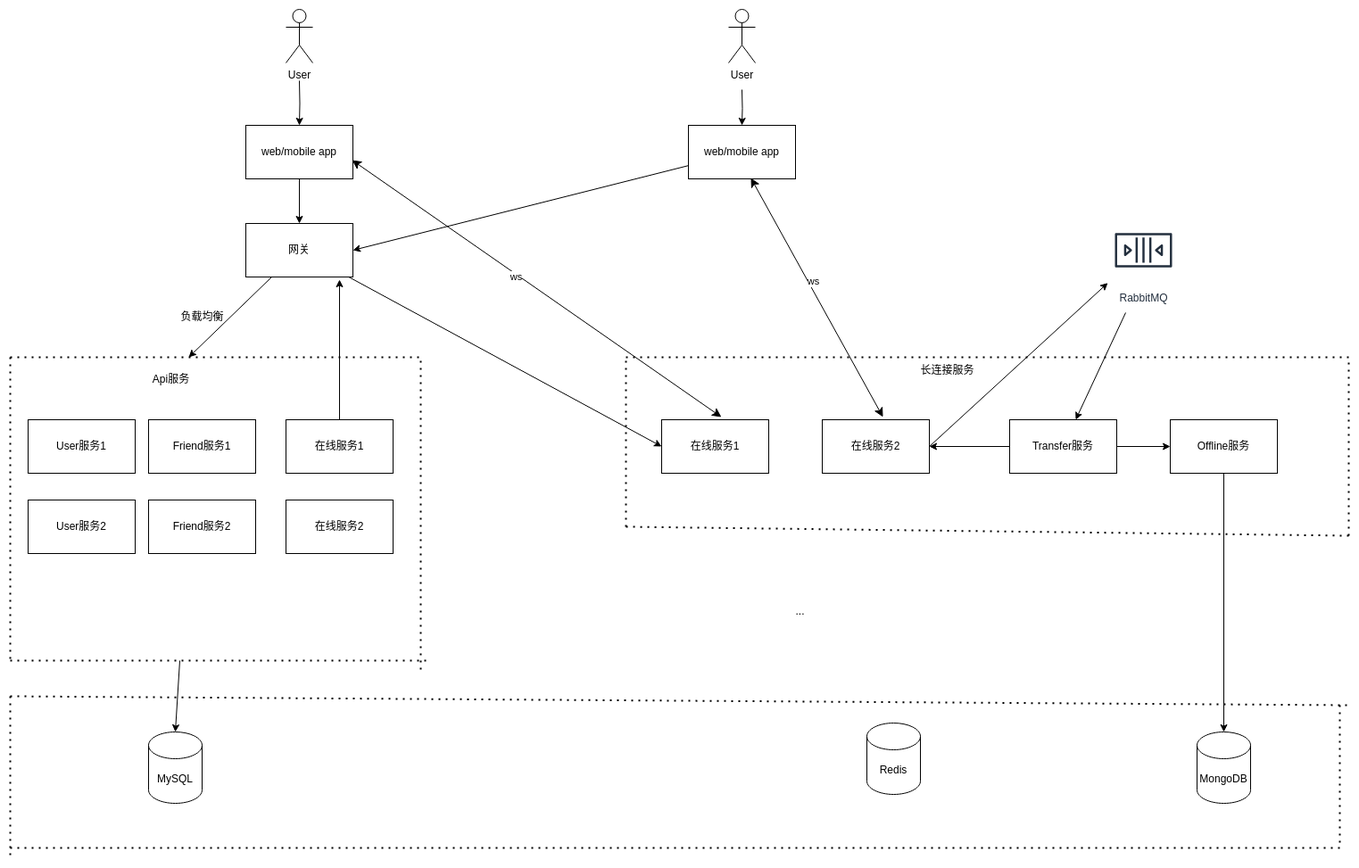
Earlier version of the draw.io export doc/image/架构图.png (adnpa/IM). Source tidied: cells renumbered, new cells last; positions are measured from the earlier drawing's top-left corner, leaving out a move shared by most shapes. Its diagram source:
```xml
<mxGraphModel>
  <root>
    <mxCell id="0" />
    <mxCell id="1" parent="0" />
    <mxCell id="2" style="edgeStyle=orthogonalEdgeStyle;rounded=0;jettySize=auto;html=1;" parent="1" edge="1" source="3" target="10">
      <mxGeometry relative="1" as="geometry" />
    </mxCell>
    <mxCell id="3" value="web/mobile app" style="whiteSpace=wrap;html=1;" parent="1" vertex="1">
      <mxGeometry x="264" y="130" width="120" height="60" as="geometry" />
    </mxCell>
    <mxCell id="4" value="MySQL" style="shape=cylinder3;whiteSpace=wrap;html=1;boundedLbl=1;backgroundOutline=1;size=15;" parent="1" vertex="1">
      <mxGeometry x="155" y="810" width="60" height="80" as="geometry" />
    </mxCell>
    <mxCell id="5" value="Redis" style="shape=cylinder3;whiteSpace=wrap;html=1;boundedLbl=1;backgroundOutline=1;size=15;" parent="1" vertex="1">
      <mxGeometry x="960" y="800" width="60" height="80" as="geometry" />
    </mxCell>
    <mxCell id="6" style="edgeStyle=orthogonalEdgeStyle;rounded=0;jettySize=auto;html=1;" parent="1" edge="1" target="3">
      <mxGeometry relative="1" as="geometry">
        <mxPoint x="324" y="80" as="sourcePoint" />
      </mxGeometry>
    </mxCell>
    <mxCell id="7" value="User" style="shape=umlActor;verticalLabelPosition=bottom;verticalAlign=top;html=1;" parent="1" vertex="1">
      <mxGeometry x="309" width="30" height="60" as="geometry" />
    </mxCell>
    <mxCell id="8" style="rounded=0;jettySize=auto;html=1;" parent="1" edge="1" source="10">
      <mxGeometry relative="1" as="geometry">
        <mxPoint x="200" y="390" as="targetPoint" />
      </mxGeometry>
    </mxCell>
    <mxCell id="9" style="rounded=0;jettySize=auto;html=1;entryX=0;entryY=0.5;entryDx=0;entryDy=0;" parent="1" edge="1" source="10" target="13">
      <mxGeometry relative="1" as="geometry" />
    </mxCell>
    <mxCell id="10" value="网关" style="whiteSpace=wrap;html=1;" parent="1" vertex="1">
      <mxGeometry x="264" y="240" width="120" height="60" as="geometry" />
    </mxCell>
    <mxCell id="11" value="User服务2" style="whiteSpace=wrap;html=1;" parent="1" vertex="1">
      <mxGeometry x="20" y="550" width="120" height="60" as="geometry" />
    </mxCell>
    <mxCell id="12" value="Friend服务1" style="whiteSpace=wrap;html=1;" parent="1" vertex="1">
      <mxGeometry x="155" y="460" width="120" height="60" as="geometry" />
    </mxCell>
    <mxCell id="13" value="在线服务1" style="whiteSpace=wrap;html=1;" parent="1" vertex="1">
      <mxGeometry x="730" y="460" width="120" height="60" as="geometry" />
    </mxCell>
    <mxCell id="14" value="在线服务1" style="whiteSpace=wrap;html=1;" parent="1" vertex="1">
      <mxGeometry x="309" y="460" width="120" height="60" as="geometry" />
    </mxCell>
    <mxCell id="15" style="endArrow=none;dashed=1;html=1;dashPattern=1 3;strokeWidth=2;rounded=0;" parent="1" edge="1">
      <mxGeometry relative="1" as="geometry">
        <mxPoint y="390" as="sourcePoint" />
        <mxPoint x="460" y="390" as="targetPoint" />
      </mxGeometry>
    </mxCell>
    <mxCell id="16" value="Api服务" style="text;html=1;align=center;verticalAlign=middle;strokeColor=none;fillColor=none;" parent="1" vertex="1">
      <mxGeometry x="150" y="400" width="60" height="30" as="geometry" />
    </mxCell>
    <mxCell id="17" value="长连接服务" style="text;html=1;align=center;verticalAlign=middle;strokeColor=none;fillColor=none;" parent="1" vertex="1">
      <mxGeometry x="1010" y="390" width="80" height="30" as="geometry" />
    </mxCell>
    <mxCell id="18" value="在线服务2" style="whiteSpace=wrap;html=1;" parent="1" vertex="1">
      <mxGeometry x="910" y="460" width="120" height="60" as="geometry" />
    </mxCell>
    <mxCell id="19" style="endArrow=none;dashed=1;html=1;dashPattern=1 3;strokeWidth=2;rounded=0;" parent="1" edge="1">
      <mxGeometry relative="1" as="geometry">
        <mxPoint x="1500" y="590" as="sourcePoint" />
        <mxPoint x="1500" y="390" as="targetPoint" />
      </mxGeometry>
    </mxCell>
    <mxCell id="20" style="endArrow=none;dashed=1;html=1;dashPattern=1 3;strokeWidth=2;rounded=0;" parent="1" edge="1">
      <mxGeometry relative="1" as="geometry">
        <mxPoint x="1500" y="590" as="sourcePoint" />
        <mxPoint x="690" y="580" as="targetPoint" />
      </mxGeometry>
    </mxCell>
    <mxCell id="21" style="endArrow=none;dashed=1;html=1;dashPattern=1 3;strokeWidth=2;rounded=0;" parent="1" edge="1">
      <mxGeometry relative="1" as="geometry">
        <mxPoint x="690" y="580" as="sourcePoint" />
        <mxPoint x="690" y="390" as="targetPoint" />
      </mxGeometry>
    </mxCell>
    <mxCell id="22" style="endArrow=none;dashed=1;html=1;dashPattern=1 3;strokeWidth=2;rounded=0;" parent="1" edge="1">
      <mxGeometry relative="1" as="geometry">
        <mxPoint x="690" y="390" as="sourcePoint" />
        <mxPoint x="1500" y="390" as="targetPoint" />
      </mxGeometry>
    </mxCell>
    <mxCell id="23" style="edgeStyle=none;jettySize=auto;html=1;endArrow=classic;startArrow=classic;endSize=8;startSize=8;rounded=0;exitX=0.992;exitY=0.65;exitDx=0;exitDy=0;exitPerimeter=0;entryX=0.558;entryY=-0.05;entryDx=0;entryDy=0;entryPerimeter=0;" parent="1" edge="1" source="3" target="13">
      <mxGeometry relative="1" as="geometry" />
    </mxCell>
    <mxCell id="24" value="ws" style="edgeLabel;html=1;align=center;verticalAlign=middle;" parent="23" vertex="1">
      <mxGeometry x="-0.11" y="-3" relative="1" as="geometry" />
    </mxCell>
    <mxCell id="25" style="rounded=0;jettySize=auto;html=1;entryX=1;entryY=0.5;entryDx=0;entryDy=0;" parent="1" edge="1" source="26" target="10">
      <mxGeometry relative="1" as="geometry" />
    </mxCell>
    <mxCell id="26" value="web/mobile app" style="whiteSpace=wrap;html=1;" parent="1" vertex="1">
      <mxGeometry x="760" y="130" width="120" height="60" as="geometry" />
    </mxCell>
    <mxCell id="27" style="edgeStyle=orthogonalEdgeStyle;rounded=0;jettySize=auto;html=1;" parent="1" edge="1" target="26">
      <mxGeometry relative="1" as="geometry">
        <mxPoint x="820" y="90" as="sourcePoint" />
      </mxGeometry>
    </mxCell>
    <mxCell id="28" value="User" style="shape=umlActor;verticalLabelPosition=bottom;verticalAlign=top;html=1;" parent="1" vertex="1">
      <mxGeometry x="805" width="30" height="60" as="geometry" />
    </mxCell>
    <mxCell id="29" style="edgeStyle=none;jettySize=auto;html=1;endArrow=classic;startArrow=classic;endSize=8;startSize=8;rounded=0;exitX=0.567;exitY=-0.05;exitDx=0;exitDy=0;exitPerimeter=0;entryX=0.583;entryY=0.983;entryDx=0;entryDy=0;entryPerimeter=0;" parent="1" edge="1" source="18" target="26">
      <mxGeometry relative="1" as="geometry" />
    </mxCell>
    <mxCell id="30" value="ws" style="edgeLabel;html=1;align=center;verticalAlign=middle;" parent="29" vertex="1">
      <mxGeometry x="0.12" y="-5" relative="1" as="geometry" />
    </mxCell>
    <mxCell id="31" value="..." style="text;html=1;align=center;verticalAlign=middle;strokeColor=none;fillColor=none;" parent="1" vertex="1">
      <mxGeometry x="870" y="660" width="30" height="30" as="geometry" />
    </mxCell>
    <mxCell id="32" value="User服务1" style="whiteSpace=wrap;html=1;" parent="1" vertex="1">
      <mxGeometry x="20" y="460" width="120" height="60" as="geometry" />
    </mxCell>
    <mxCell id="33" value="负载均衡" style="text;html=1;align=center;verticalAlign=middle;strokeColor=none;fillColor=none;" parent="1" vertex="1">
      <mxGeometry x="180" y="330" width="70" height="30" as="geometry" />
    </mxCell>
    <mxCell id="34" value="在线服务2" style="whiteSpace=wrap;html=1;" parent="1" vertex="1">
      <mxGeometry x="309" y="550" width="120" height="60" as="geometry" />
    </mxCell>
    <mxCell id="35" value="Friend服务2" style="whiteSpace=wrap;html=1;" parent="1" vertex="1">
      <mxGeometry x="155" y="550" width="120" height="60" as="geometry" />
    </mxCell>
    <mxCell id="36" style="edgeStyle=orthogonalEdgeStyle;rounded=0;jettySize=auto;html=1;entryX=0.875;entryY=1.05;entryDx=0;entryDy=0;entryPerimeter=0;" parent="1" edge="1" source="14" target="10">
      <mxGeometry relative="1" as="geometry" />
    </mxCell>
    <mxCell id="37" style="endArrow=none;dashed=1;html=1;dashPattern=1 3;strokeWidth=2;rounded=0;" parent="1" edge="1">
      <mxGeometry relative="1" as="geometry">
        <mxPoint x="460" y="740" as="sourcePoint" />
        <mxPoint x="460" y="390" as="targetPoint" />
      </mxGeometry>
    </mxCell>
    <mxCell id="38" style="endArrow=none;dashed=1;html=1;dashPattern=1 3;strokeWidth=2;rounded=0;" parent="1" edge="1">
      <mxGeometry relative="1" as="geometry">
        <mxPoint y="730" as="sourcePoint" />
        <mxPoint x="470" y="730" as="targetPoint" />
      </mxGeometry>
    </mxCell>
    <mxCell id="39" style="endArrow=none;dashed=1;html=1;dashPattern=1 3;strokeWidth=2;rounded=0;" parent="1" edge="1">
      <mxGeometry relative="1" as="geometry">
        <mxPoint y="390" as="sourcePoint" />
        <mxPoint y="730" as="targetPoint" />
      </mxGeometry>
    </mxCell>
    <mxCell id="40" value="MongoDB" style="shape=cylinder3;whiteSpace=wrap;html=1;boundedLbl=1;backgroundOutline=1;size=15;" parent="1" vertex="1">
      <mxGeometry x="1330" y="810" width="60" height="80" as="geometry" />
    </mxCell>
    <mxCell id="41" style="endArrow=none;dashed=1;html=1;dashPattern=1 3;strokeWidth=2;rounded=0;" parent="1" edge="1">
      <mxGeometry relative="1" as="geometry">
        <mxPoint x="1490" y="940" as="sourcePoint" />
        <mxPoint y="940" as="targetPoint" />
      </mxGeometry>
    </mxCell>
    <mxCell id="42" style="endArrow=none;dashed=1;html=1;dashPattern=1 3;strokeWidth=2;rounded=0;" parent="1" edge="1">
      <mxGeometry relative="1" as="geometry">
        <mxPoint y="770" as="sourcePoint" />
        <mxPoint y="950" as="targetPoint" />
      </mxGeometry>
    </mxCell>
    <mxCell id="43" style="endArrow=none;dashed=1;html=1;dashPattern=1 3;strokeWidth=2;rounded=0;" parent="1" edge="1">
      <mxGeometry relative="1" as="geometry">
        <mxPoint y="770" as="sourcePoint" />
        <mxPoint x="1500" y="780" as="targetPoint" />
      </mxGeometry>
    </mxCell>
    <mxCell id="44" style="endArrow=none;dashed=1;html=1;dashPattern=1 3;strokeWidth=2;rounded=0;" parent="1" edge="1">
      <mxGeometry relative="1" as="geometry">
        <mxPoint x="1490" y="780" as="sourcePoint" />
        <mxPoint x="1490" y="940" as="targetPoint" />
      </mxGeometry>
    </mxCell>
    <mxCell id="45" style="rounded=0;jettySize=auto;html=1;" parent="1" edge="1" target="51">
      <mxGeometry relative="1" as="geometry">
        <mxPoint x="1250" y="340" as="sourcePoint" />
      </mxGeometry>
    </mxCell>
    <mxCell id="46" value="RabbitMQ" style="sketch=0;outlineConnect=0;fontColor=#232F3E;gradientColor=none;strokeColor=#232F3E;fillColor=#ffffff;dashed=0;verticalLabelPosition=bottom;verticalAlign=top;align=center;html=1;fontSize=12;fontStyle=0;shape=mxgraph.aws4.resourceIcon;resIcon=mxgraph.aws4.queue;" parent="1" vertex="1">
      <mxGeometry x="1230" y="230" width="80" height="80" as="geometry" />
    </mxCell>
    <mxCell id="47" value="Offline服务" style="whiteSpace=wrap;html=1;" parent="1" vertex="1">
      <mxGeometry x="1300" y="460" width="120" height="60" as="geometry" />
    </mxCell>
    <mxCell id="48" style="endArrow=classic;html=1;rounded=0;entryX=0.5;entryY=0;entryDx=0;entryDy=0;entryPerimeter=0;" parent="1" edge="1" target="4">
      <mxGeometry relative="1" as="geometry">
        <mxPoint x="190" y="730" as="sourcePoint" />
      </mxGeometry>
    </mxCell>
    <mxCell id="49" style="edgeStyle=orthogonalEdgeStyle;rounded=0;jettySize=auto;html=1;" parent="1" edge="1" source="51" target="18">
      <mxGeometry relative="1" as="geometry" />
    </mxCell>
    <mxCell id="50" style="edgeStyle=orthogonalEdgeStyle;rounded=0;jettySize=auto;html=1;" parent="1" edge="1" source="51" target="47">
      <mxGeometry relative="1" as="geometry" />
    </mxCell>
    <mxCell id="51" value="Transfer服务" style="whiteSpace=wrap;html=1;" parent="1" vertex="1">
      <mxGeometry x="1120" y="460" width="120" height="60" as="geometry" />
    </mxCell>
    <mxCell id="52" style="edgeStyle=orthogonalEdgeStyle;rounded=0;jettySize=auto;html=1;entryX=0.5;entryY=0;entryDx=0;entryDy=0;entryPerimeter=0;" parent="1" edge="1" source="47" target="40">
      <mxGeometry relative="1" as="geometry" />
    </mxCell>
    <mxCell id="53" style="rounded=0;jettySize=auto;html=1;exitX=1;exitY=0.5;exitDx=0;exitDy=0;" parent="1" edge="1" source="18" target="46">
      <mxGeometry relative="1" as="geometry" />
    </mxCell>
  </root>
</mxGraphModel>
```
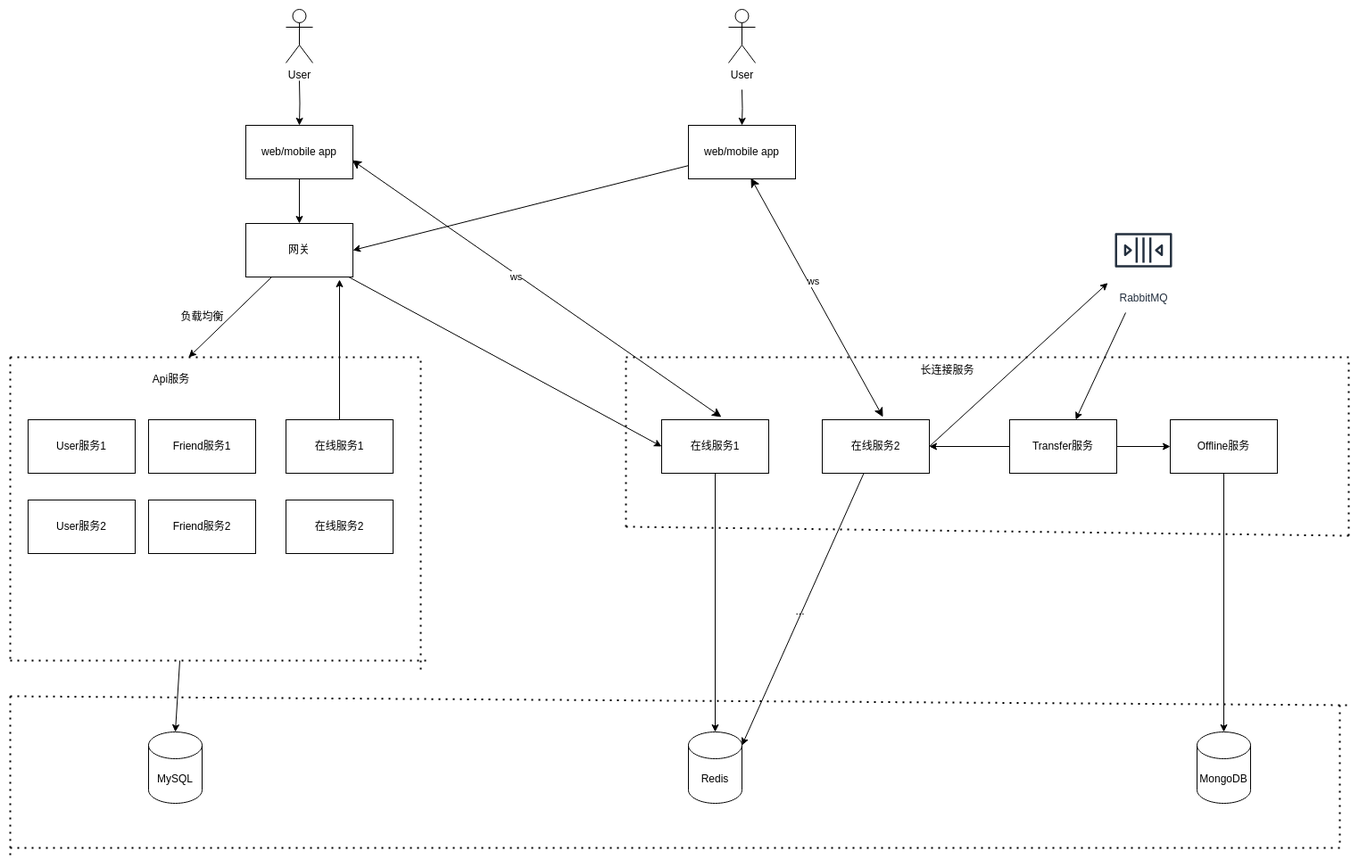
The same diagram one commit later.

Change to the diagram source:
```diff
@@ -12,7 +12,7 @@
       <mxGeometry x="155" y="810" width="60" height="80" as="geometry" />
     </mxCell>
     <mxCell id="5" value="Redis" style="shape=cylinder3;whiteSpace=wrap;html=1;boundedLbl=1;backgroundOutline=1;size=15;" parent="1" vertex="1">
-      <mxGeometry x="960" y="800" width="60" height="80" as="geometry" />
+      <mxGeometry x="760" y="810" width="60" height="80" as="geometry" />
     </mxCell>
     <mxCell id="6" style="edgeStyle=orthogonalEdgeStyle;rounded=0;jettySize=auto;html=1;" parent="1" edge="1" target="3">
       <mxGeometry relative="1" as="geometry">
@@ -204,5 +204,11 @@
     <mxCell id="53" style="rounded=0;jettySize=auto;html=1;exitX=1;exitY=0.5;exitDx=0;exitDy=0;" parent="1" edge="1" source="18" target="46">
       <mxGeometry relative="1" as="geometry" />
     </mxCell>
+    <mxCell id="54" style="edgeStyle=orthogonalEdgeStyle;rounded=0;jettySize=auto;html=1;entryX=0.5;entryY=0;entryDx=0;entryDy=0;entryPerimeter=0;" parent="1" edge="1" source="13" target="5">
+      <mxGeometry relative="1" as="geometry" />
+    </mxCell>
+    <mxCell id="55" style="rounded=0;jettySize=auto;html=1;entryX=1;entryY=0;entryDx=0;entryDy=15;entryPerimeter=0;" parent="1" edge="1" source="18" target="5">
+      <mxGeometry relative="1" as="geometry" />
+    </mxCell>
   </root>
 </mxGraphModel>
```
